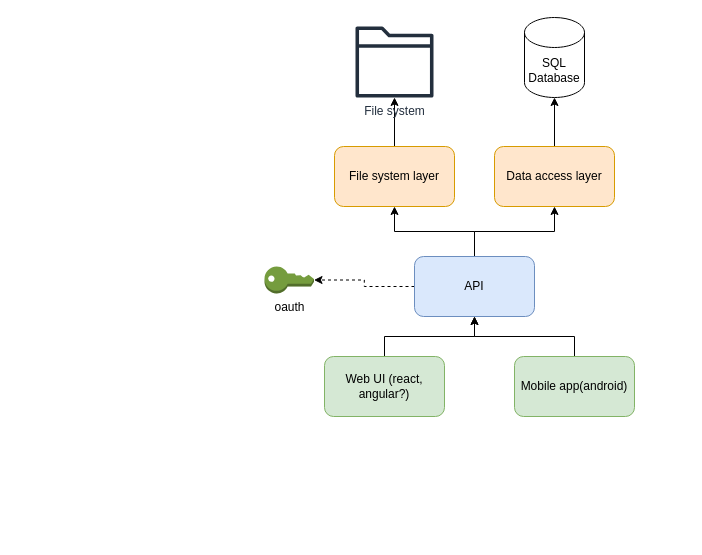
KevinDaGame/MediaHub keeps this draw.io diagram as MediaHub.drawio. Above is the earlier version. Source tidied: cells renumbered, new cells numbered last; positions are measured from the earlier drawing's top-left corner, leaving out a move shared by most shapes. Both pictures are drawn from the tidied source at 100%, with x=0, y=0 at pixel (264, 17).
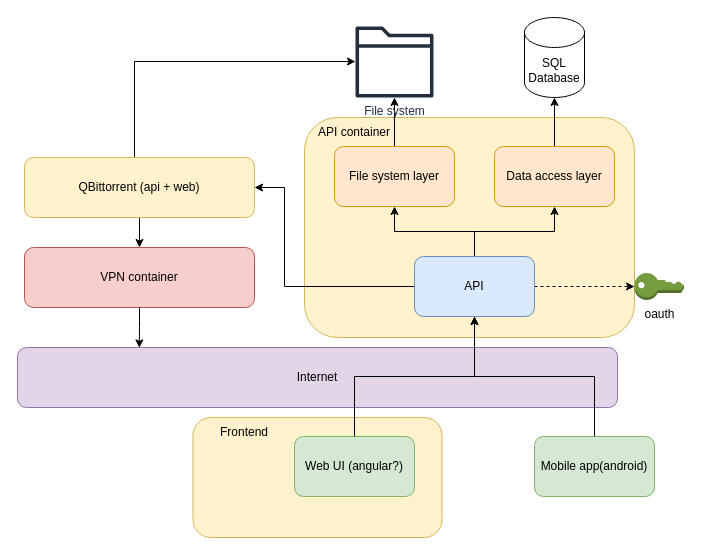
Above is the later version.

The change refers to these unchanged cells:
```xml
<mxCell id="5" value="API" style="rounded=1;whiteSpace=wrap;html=1;fillColor=#dae8fc;strokeColor=#6c8ebf;" parent="1" vertex="1">
  <mxGeometry x="150" y="239" width="120" height="60" as="geometry" />
</mxCell>
<mxCell id="13" value="File system" style="sketch=0;outlineConnect=0;fontColor=#232F3E;gradientColor=none;fillColor=#232F3D;strokeColor=none;dashed=0;verticalLabelPosition=bottom;verticalAlign=top;align=center;html=1;fontSize=12;fontStyle=0;shape=mxgraph.aws4.folder;" parent="1" vertex="1">
  <mxGeometry x="91" y="9" width="78" height="71" as="geometry" />
</mxCell>
```

Change to the diagram source:
```diff
@@
+    <mxCell id="17" style="rounded=1;whiteSpace=wrap;html=1;fillColor=#fff2cc;strokeColor=#d6b656;glass=0;" parent="1" vertex="1">
+      <mxGeometry x="-71.5" y="400" width="249" height="120" as="geometry" />
+    </mxCell>
+    <mxCell id="18" value="Frontend" style="text;html=1;align=center;verticalAlign=middle;whiteSpace=wrap;rounded=0;" parent="1" vertex="1">
+      <mxGeometry x="-60" y="400" width="80" height="30" as="geometry" />
+    </mxCell>
+    <mxCell id="19" style="rounded=1;whiteSpace=wrap;html=1;fillColor=#fff2cc;strokeColor=#d6b656;glass=0;" parent="1" vertex="1">
+      <mxGeometry x="40" y="100" width="330" height="220" as="geometry" />
+    </mxCell>
@@
-    <mxCell id="4" style="edgeStyle=orthogonalEdgeStyle;rounded=0;jettySize=auto;html=1;entryX=1;entryY=0.5;entryDx=0;entryDy=0;entryPerimeter=0;dashed=1;" parent="1" edge="1" source="5" target="16">
+    <mxCell id="4" style="edgeStyle=orthogonalEdgeStyle;rounded=0;jettySize=auto;html=1;entryX=0;entryY=0.5;entryDx=0;entryDy=0;entryPerimeter=0;dashed=1;" parent="1" edge="1" source="5" target="16">
       <mxGeometry relative="1" as="geometry" />
     </mxCell>
+    <mxCell id="20" style="edgeStyle=orthogonalEdgeStyle;rounded=0;jettySize=auto;html=1;entryX=1;entryY=0.5;entryDx=0;entryDy=0;" parent="1" edge="1" source="5" target="26">
+      <mxGeometry relative="1" as="geometry">
+        <Array as="points">
+          <mxPoint x="20" y="269" />
+          <mxPoint x="20" y="170" />
+        </Array>
+      </mxGeometry>
+    </mxCell>
@@
-    <mxCell id="6" style="edgeStyle=orthogonalEdgeStyle;rounded=0;jettySize=auto;html=1;" parent="1" edge="1" source="7" target="5">
-      <mxGeometry relative="1" as="geometry" />
-    </mxCell>
-    <mxCell id="7" value="Web UI (react, angular?)" style="rounded=1;whiteSpace=wrap;html=1;fillColor=#d5e8d4;strokeColor=#82b366;" parent="1" vertex="1">
-      <mxGeometry x="60" y="339" width="120" height="60" as="geometry" />
+    <mxCell id="7" value="Web UI (angular?)" style="rounded=1;whiteSpace=wrap;html=1;fillColor=#d5e8d4;strokeColor=#82b366;" parent="1" vertex="1">
+      <mxGeometry x="30" y="419" width="120" height="60" as="geometry" />
     </mxCell>
-    <mxCell id="8" style="edgeStyle=orthogonalEdgeStyle;rounded=0;jettySize=auto;html=1;" parent="1" edge="1" source="9" target="5">
-      <mxGeometry relative="1" as="geometry" />
-    </mxCell>
     <mxCell id="9" value="Mobile app(android)" style="rounded=1;whiteSpace=wrap;html=1;fillColor=#d5e8d4;strokeColor=#82b366;" parent="1" vertex="1">
-      <mxGeometry x="250" y="339" width="120" height="60" as="geometry" />
+      <mxGeometry x="270" y="419" width="120" height="60" as="geometry" />
     </mxCell>
@@
     <mxCell id="16" value="oauth" style="outlineConnect=0;dashed=0;verticalLabelPosition=bottom;verticalAlign=top;align=center;html=1;shape=mxgraph.aws3.add_on;fillColor=#759C3E;gradientColor=none;" parent="1" vertex="1">
-      <mxGeometry y="249" width="49.5" height="27" as="geometry" />
+      <mxGeometry x="370" y="255.5" width="49.5" height="27" as="geometry" />
     </mxCell>
+    <mxCell id="21" value="Internet" style="rounded=1;whiteSpace=wrap;html=1;fillColor=#e1d5e7;strokeColor=#9673a6;" parent="1" vertex="1">
+      <mxGeometry x="-247" y="330" width="600" height="60" as="geometry" />
+    </mxCell>
+    <mxCell id="6" style="edgeStyle=orthogonalEdgeStyle;rounded=0;jettySize=auto;html=1;" parent="1" edge="1" source="7" target="5">
+      <mxGeometry relative="1" as="geometry" />
+    </mxCell>
+    <mxCell id="8" style="edgeStyle=orthogonalEdgeStyle;rounded=0;jettySize=auto;html=1;" parent="1" edge="1" source="9" target="5">
+      <mxGeometry relative="1" as="geometry" />
+    </mxCell>
+    <mxCell id="22" value="VPN container" style="rounded=1;whiteSpace=wrap;html=1;fillColor=#f8cecc;strokeColor=#b85450;" parent="1" vertex="1">
+      <mxGeometry x="-240" y="230" width="230" height="60" as="geometry" />
+    </mxCell>
+    <mxCell id="23" style="edgeStyle=orthogonalEdgeStyle;rounded=0;jettySize=auto;html=1;entryX=0.203;entryY=0.006;entryDx=0;entryDy=0;entryPerimeter=0;" parent="1" edge="1" source="22" target="21">
+      <mxGeometry relative="1" as="geometry" />
+    </mxCell>
+    <mxCell id="24" style="edgeStyle=orthogonalEdgeStyle;rounded=0;jettySize=auto;html=1;" parent="1" edge="1" source="26" target="22">
+      <mxGeometry relative="1" as="geometry" />
+    </mxCell>
+    <mxCell id="25" style="edgeStyle=orthogonalEdgeStyle;rounded=0;jettySize=auto;html=1;" parent="1" edge="1" source="26" target="13">
+      <mxGeometry relative="1" as="geometry">
+        <Array as="points">
+          <mxPoint x="-130" y="44" />
+        </Array>
+      </mxGeometry>
+    </mxCell>
+    <mxCell id="26" value="QBittorrent (api + web)" style="rounded=1;whiteSpace=wrap;html=1;fillColor=#fff2cc;strokeColor=#d6b656;glass=0;" parent="1" vertex="1">
+      <mxGeometry x="-240" y="140" width="230" height="60" as="geometry" />
+    </mxCell>
+    <mxCell id="27" value="API container" style="text;html=1;align=center;verticalAlign=middle;whiteSpace=wrap;rounded=0;" parent="1" vertex="1">
+      <mxGeometry x="50" y="100" width="80" height="30" as="geometry" />
+    </mxCell>
```
